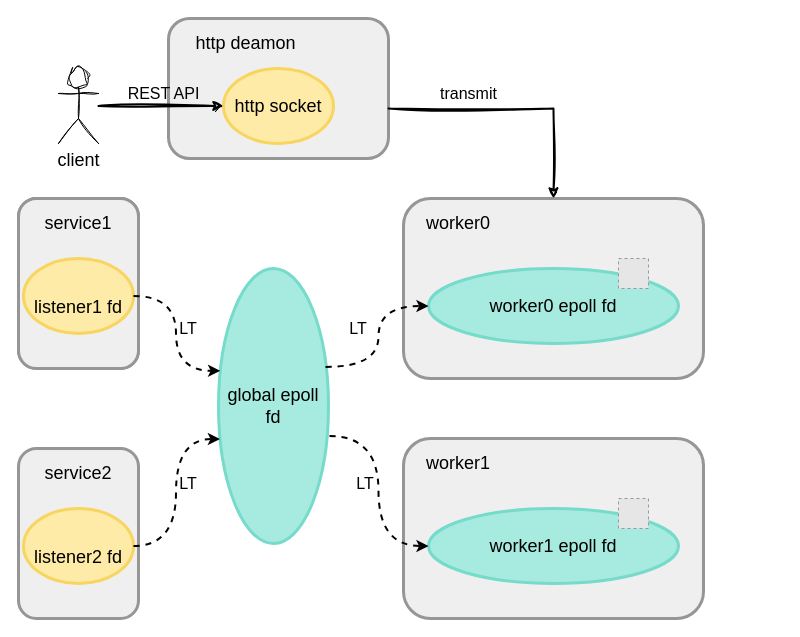
Earlier version of the draw.io diagram page "第 4 页" (4 of 7) of MaxScale.drawio (alchemy-lee/common-resource). Source tidied: cells renumbered, new cells numbered last; positions are measured from the earlier drawing's top-left corner, leaving out a move shared by most shapes. Both pictures are drawn from the tidied source at 100%, with x=0, y=0 at pixel (18, 18). Pictures stored in the file or linked from it are replaced by grey dashed boxes.
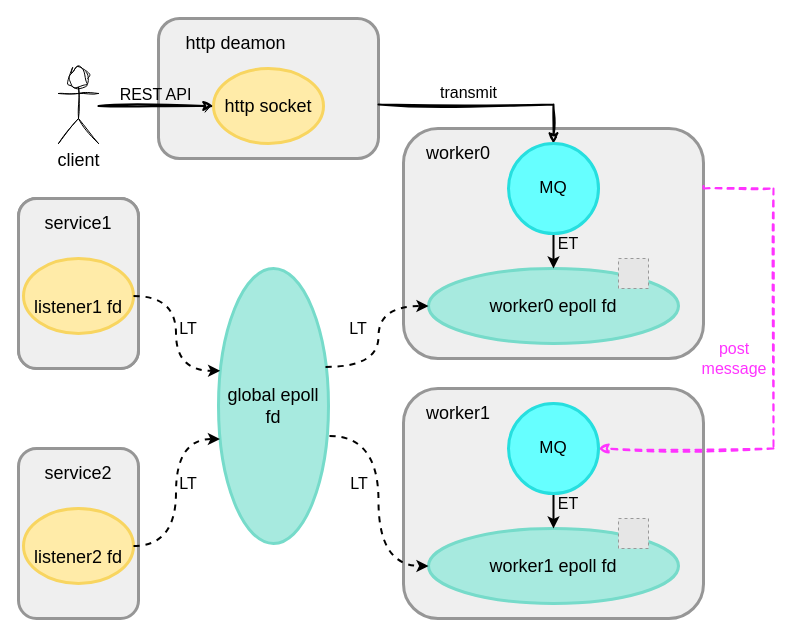
The same page after the edit.

Unchanged cells that the change refers to:
```xml
<mxCell id="2" value="&lt;font face=&quot;JetBrainsMonoNL Nerd Font Mono&quot; style=&quot;font-size: 18px;&quot;&gt;global epoll fd&lt;/font&gt;" style="ellipse;whiteSpace=wrap;html=1;fillColor=#a7eadf;strokeColor=#76dbca;strokeWidth=3;" parent="1" vertex="1">
  <mxGeometry x="200" y="250" width="110" height="275" as="geometry" />
</mxCell>
<mxCell id="22" value="&lt;font face=&quot;JetBrainsMonoNL Nerd Font Mono&quot; style=&quot;font-size: 18px;&quot;&gt;worker0 epoll fd&lt;/font&gt;" style="ellipse;whiteSpace=wrap;html=1;align=center;fillColor=#a7eadf;strokeColor=#76dbca;strokeWidth=3;" parent="1" vertex="1">
  <mxGeometry x="410" y="250" width="250" height="75" as="geometry" />
</mxCell>
```

Diff of the diagram source:
```diff
@@
-    <mxCell id="3" style="rounded=1;whiteSpace=wrap;html=1;fillColor=#efefef;strokeColor=#969696;strokeWidth=3;" parent="1" vertex="1">
-      <mxGeometry x="385" y="420" width="300" height="180" as="geometry" />
-    </mxCell>
-    <mxCell id="4" value="&lt;font face=&quot;JetBrainsMonoNL Nerd Font Mono&quot; style=&quot;font-size: 18px;&quot;&gt;worker1 epoll fd&lt;/font&gt;" style="ellipse;whiteSpace=wrap;html=1;align=center;fillColor=#a7eadf;strokeColor=#76dbca;strokeWidth=3;" parent="1" vertex="1">
-      <mxGeometry x="410" y="490" width="250" height="75" as="geometry" />
-    </mxCell>
-    <mxCell id="5" style="edgeStyle=orthogonalEdgeStyle;jettySize=auto;html=1;entryX=0;entryY=0.5;entryDx=0;entryDy=0;curved=1;strokeWidth=2;dashed=1;exitX=1.009;exitY=0.609;exitDx=0;exitDy=0;exitPerimeter=0;" parent="1" edge="1" source="2" target="4">
-      <mxGeometry relative="1" as="geometry" />
-    </mxCell>
@@
     <mxCell id="18" value="&lt;font face=&quot;JetBrainsMonoNL Nerd Font Mono&quot; style=&quot;font-size: 16px;&quot;&gt;LT&lt;/font&gt;" style="text;html=1;strokeColor=none;fillColor=none;align=center;verticalAlign=middle;whiteSpace=wrap;rounded=0;" parent="1" vertex="1">
-      <mxGeometry x="327" y="455" width="40" height="20" as="geometry" />
+      <mxGeometry x="321" y="455" width="40" height="20" as="geometry" />
     </mxCell>
@@
-    <mxCell id="20" value="&lt;font face=&quot;JetBrainsMonoNL Nerd Font Mono&quot; style=&quot;font-size: 18px;&quot;&gt;worker1&lt;/font&gt;" style="text;html=1;strokeColor=none;fillColor=none;align=center;verticalAlign=middle;whiteSpace=wrap;rounded=0;" parent="1" vertex="1">
-      <mxGeometry x="390" y="430" width="100" height="30" as="geometry" />
-    </mxCell>
     <mxCell id="21" style="rounded=1;whiteSpace=wrap;html=1;fillColor=#efefef;strokeColor=#969696;strokeWidth=3;" parent="1" vertex="1">
-      <mxGeometry x="385" y="180" width="300" height="180" as="geometry" />
+      <mxGeometry x="385" y="110" width="300" height="230" as="geometry" />
     </mxCell>
@@
     <mxCell id="23" value="&lt;font face=&quot;JetBrainsMonoNL Nerd Font Mono&quot; style=&quot;font-size: 18px;&quot;&gt;worker0&lt;/font&gt;" style="text;html=1;strokeColor=none;fillColor=none;align=center;verticalAlign=middle;whiteSpace=wrap;rounded=0;" parent="1" vertex="1">
-      <mxGeometry x="390" y="190" width="100" height="30" as="geometry" />
+      <mxGeometry x="390" y="120" width="100" height="30" as="geometry" />
     </mxCell>
@@
-    <mxCell id="26" style="fillColor=#E6E6E6;strokeColor=#999999;dashed=1;verticalLabelPosition=bottom;labelBackgroundColor=default;verticalAlign=top;" parent="1" vertex="1">
-      <mxGeometry x="600" y="480" width="30" height="30" as="geometry" />
-    </mxCell>
     <mxCell id="27" style="rounded=1;whiteSpace=wrap;html=1;fillColor=#efefef;strokeColor=#969696;strokeWidth=3;" parent="1" vertex="1">
-      <mxGeometry x="150" width="220" height="140" as="geometry" />
+      <mxGeometry x="140" width="220" height="140" as="geometry" />
     </mxCell>
     <mxCell id="28" value="&lt;font face=&quot;JetBrainsMonoNL Nerd Font Mono&quot; style=&quot;font-size: 18px;&quot;&gt;http deamon&lt;/font&gt;" style="text;html=1;strokeColor=none;fillColor=none;align=center;verticalAlign=middle;whiteSpace=wrap;rounded=0;" parent="1" vertex="1">
-      <mxGeometry x="160" y="10" width="135" height="30" as="geometry" />
+      <mxGeometry x="150" y="10" width="135" height="30" as="geometry" />
     </mxCell>
     <mxCell id="29" value="&lt;font face=&quot;JetBrainsMonoNL Nerd Font Mono&quot; style=&quot;font-size: 18px;&quot;&gt;http socket&lt;/font&gt;" style="ellipse;whiteSpace=wrap;html=1;align=center;fillColor=#ffeba8;strokeColor=#f8d560;strokeWidth=3;rounded=0;" parent="1" vertex="1">
-      <mxGeometry x="205" y="50" width="110" height="75" as="geometry" />
+      <mxGeometry x="195" y="50" width="110" height="75" as="geometry" />
     </mxCell>
@@
     <mxCell id="32" value="&lt;font face=&quot;JetBrainsMonoNL Nerd Font Mono&quot; style=&quot;font-size: 16px;&quot;&gt;REST API&lt;/font&gt;" style="text;html=1;strokeColor=none;fillColor=none;align=center;verticalAlign=middle;whiteSpace=wrap;rounded=0;" parent="1" vertex="1">
-      <mxGeometry x="105" y="65" width="81" height="20" as="geometry" />
+      <mxGeometry x="97" y="66" width="81" height="20" as="geometry" />
     </mxCell>
-    <mxCell id="33" style="edgeStyle=orthogonalEdgeStyle;rounded=0;jettySize=auto;html=1;strokeWidth=2;startArrow=none;startFill=0;shadow=0;sketch=1;curveFitting=1;jiggle=2;entryX=0.5;entryY=0;entryDx=0;entryDy=0;" parent="1" edge="1" target="21">
+    <mxCell id="33" style="edgeStyle=orthogonalEdgeStyle;rounded=0;jettySize=auto;html=1;strokeWidth=2;startArrow=none;startFill=0;shadow=0;sketch=1;curveFitting=1;jiggle=2;exitX=1;exitY=0.614;exitDx=0;exitDy=0;exitPerimeter=0;entryX=0.5;entryY=0;entryDx=0;entryDy=0;" parent="1" edge="1" source="27" target="36">
       <mxGeometry relative="1" as="geometry">
-        <mxPoint x="370" y="90" as="sourcePoint" />
         <Array as="points">
-          <mxPoint x="370" y="90" />
-          <mxPoint x="535" y="90" />
+          <mxPoint x="535" y="86" />
         </Array>
       </mxGeometry>
     </mxCell>
     <mxCell id="34" value="&lt;font face=&quot;JetBrainsMonoNL Nerd Font Mono&quot; style=&quot;font-size: 16px;&quot;&gt;transmit&lt;/font&gt;" style="text;html=1;strokeColor=none;fillColor=none;align=center;verticalAlign=middle;whiteSpace=wrap;rounded=0;" parent="1" vertex="1">
-      <mxGeometry x="410" y="65" width="81" height="20" as="geometry" />
+      <mxGeometry x="410" y="64" width="81" height="20" as="geometry" />
     </mxCell>
+    <mxCell id="35" style="edgeStyle=orthogonalEdgeStyle;rounded=0;jettySize=auto;html=1;strokeWidth=2;" parent="1" edge="1" source="36" target="22">
+      <mxGeometry relative="1" as="geometry" />
+    </mxCell>
+    <mxCell id="36" value="&lt;font style=&quot;font-size: 17px;&quot; face=&quot;JetBrainsMonoNL Nerd Font Mono&quot;&gt;MQ&lt;/font&gt;" style="ellipse;whiteSpace=wrap;html=1;fillColor=#66FFFF;strokeColor=#26dfdf;strokeWidth=3;" parent="1" vertex="1">
+      <mxGeometry x="490" y="125" width="90" height="90" as="geometry" />
+    </mxCell>
+    <mxCell id="37" style="rounded=1;whiteSpace=wrap;html=1;fillColor=#efefef;strokeColor=#969696;strokeWidth=3;" parent="1" vertex="1">
+      <mxGeometry x="385" y="370" width="300" height="230" as="geometry" />
+    </mxCell>
+    <mxCell id="4" value="&lt;font face=&quot;JetBrainsMonoNL Nerd Font Mono&quot; style=&quot;font-size: 18px;&quot;&gt;worker1 epoll fd&lt;/font&gt;" style="ellipse;whiteSpace=wrap;html=1;align=center;fillColor=#a7eadf;strokeColor=#76dbca;strokeWidth=3;" parent="1" vertex="1">
+      <mxGeometry x="410" y="510" width="250" height="75" as="geometry" />
+    </mxCell>
+    <mxCell id="20" value="&lt;font face=&quot;JetBrainsMonoNL Nerd Font Mono&quot; style=&quot;font-size: 18px;&quot;&gt;worker1&lt;/font&gt;" style="text;html=1;strokeColor=none;fillColor=none;align=center;verticalAlign=middle;whiteSpace=wrap;rounded=0;" parent="1" vertex="1">
+      <mxGeometry x="390" y="380" width="100" height="30" as="geometry" />
+    </mxCell>
+    <mxCell id="38" style="fillColor=#E6E6E6;strokeColor=#999999;dashed=1;verticalLabelPosition=bottom;labelBackgroundColor=default;verticalAlign=top;" parent="1" vertex="1">
+      <mxGeometry x="600" y="500" width="30" height="30" as="geometry" />
+    </mxCell>
+    <mxCell id="39" style="edgeStyle=orthogonalEdgeStyle;rounded=0;jettySize=auto;html=1;strokeWidth=2;" parent="1" edge="1" source="40" target="4">
+      <mxGeometry relative="1" as="geometry" />
+    </mxCell>
+    <mxCell id="40" value="&lt;font style=&quot;font-size: 17px;&quot; face=&quot;JetBrainsMonoNL Nerd Font Mono&quot;&gt;MQ&lt;/font&gt;" style="ellipse;whiteSpace=wrap;html=1;fillColor=#66FFFF;strokeColor=#26dfdf;strokeWidth=3;" parent="1" vertex="1">
+      <mxGeometry x="490" y="385" width="90" height="90" as="geometry" />
+    </mxCell>
+    <mxCell id="5" style="edgeStyle=orthogonalEdgeStyle;jettySize=auto;html=1;entryX=0;entryY=0.5;entryDx=0;entryDy=0;curved=1;strokeWidth=2;dashed=1;exitX=1.009;exitY=0.609;exitDx=0;exitDy=0;exitPerimeter=0;" parent="1" edge="1" source="2" target="4">
+      <mxGeometry relative="1" as="geometry" />
+    </mxCell>
+    <mxCell id="41" value="&lt;font face=&quot;JetBrainsMonoNL Nerd Font Mono&quot; style=&quot;font-size: 16px;&quot;&gt;ET&lt;br&gt;&lt;/font&gt;" style="text;html=1;strokeColor=none;fillColor=none;align=center;verticalAlign=middle;whiteSpace=wrap;rounded=0;" parent="1" vertex="1">
+      <mxGeometry x="530" y="215" width="40" height="20" as="geometry" />
+    </mxCell>
+    <mxCell id="42" value="&lt;font face=&quot;JetBrainsMonoNL Nerd Font Mono&quot; style=&quot;font-size: 16px;&quot;&gt;ET&lt;br&gt;&lt;/font&gt;" style="text;html=1;strokeColor=none;fillColor=none;align=center;verticalAlign=middle;whiteSpace=wrap;rounded=0;" parent="1" vertex="1">
+      <mxGeometry x="530" y="475" width="40" height="20" as="geometry" />
+    </mxCell>
+    <mxCell id="43" style="edgeStyle=orthogonalEdgeStyle;jettySize=auto;html=1;strokeWidth=2;startArrow=none;startFill=0;shadow=0;sketch=1;curveFitting=1;jiggle=2;entryX=1;entryY=0.5;entryDx=0;entryDy=0;rounded=0;dashed=1;strokeColor=#FF33FF;exitX=1;exitY=0.25;exitDx=0;exitDy=0;" parent="1" edge="1" source="21" target="40">
+      <mxGeometry relative="1" as="geometry">
+        <Array as="points">
+          <mxPoint x="685" y="170" />
+          <mxPoint x="755" y="170" />
+          <mxPoint x="755" y="430" />
+        </Array>
+      </mxGeometry>
+    </mxCell>
+    <mxCell id="44" value="&lt;font face=&quot;JetBrainsMonoNL Nerd Font Mono&quot; style=&quot;font-size: 16px;&quot;&gt;&lt;font color=&quot;#ff33ff&quot;&gt;post&lt;br&gt;message&lt;/font&gt;&lt;br&gt;&lt;/font&gt;" style="text;html=1;strokeColor=none;fillColor=none;align=center;verticalAlign=middle;whiteSpace=wrap;rounded=0;" parent="1" vertex="1">
+      <mxGeometry x="696" y="330" width="40" height="20" as="geometry" />
+    </mxCell>
```
